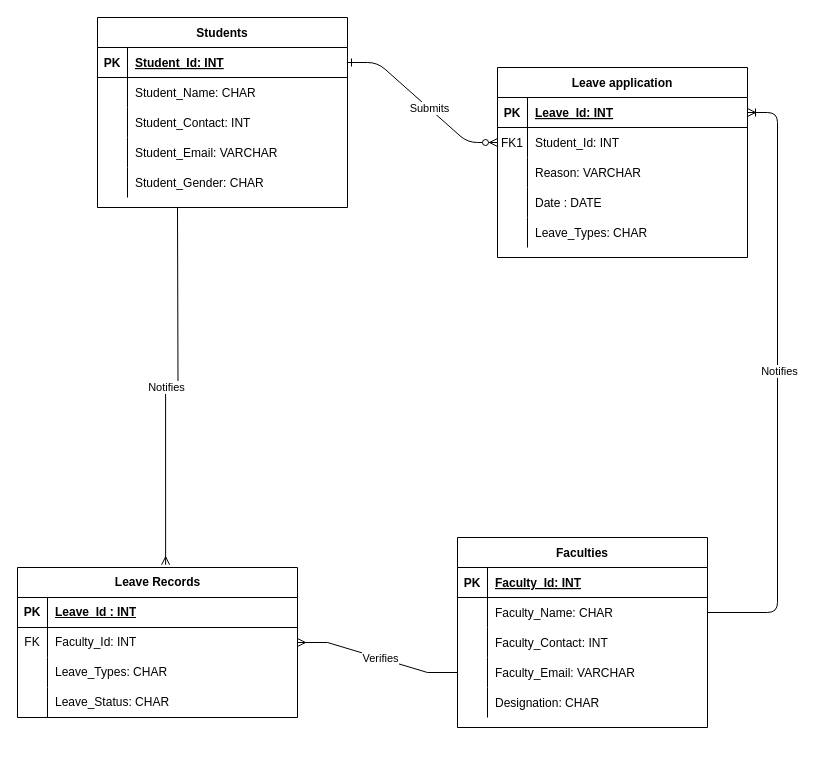
Above: Untitled Diagram.drawio in sanThin321/backendleave (draw.io), before the change. Source tidied: cells renumbered, new cells numbered last; positions are measured from the earlier drawing's top-left corner, leaving out a move shared by most shapes. Both pictures are drawn from the tidied source at 100%, with x=0, y=0 at pixel (17, 17).
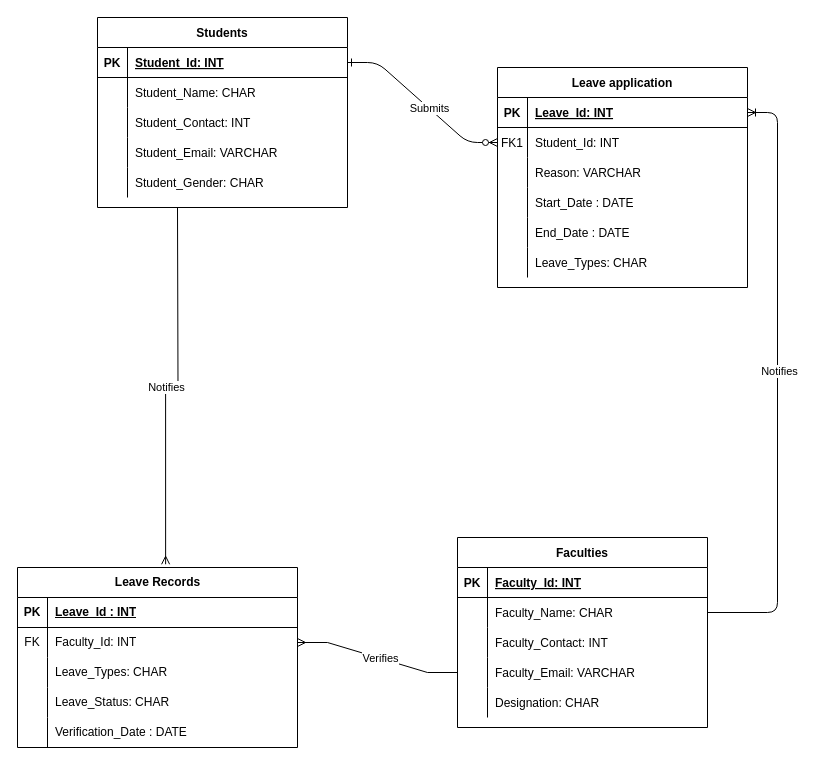
After the change.

Unchanged cells that the change refers to:
```xml
<mxCell id="16" style="shape=partialRectangle;fillColor=none;top=0;left=0;right=0;bottom=0;" parent="6" vertex="1">
  <mxGeometry y="120" width="250" height="30" as="geometry" />
</mxCell>
```

Diff of the diagram source:
```diff
@@
     <mxCell id="6" value="Leave application" style="shape=table;startSize=30;childLayout=tableLayout;rowLines=0;fontStyle=1;align=center;" parent="1" vertex="1">
-      <mxGeometry x="480" y="50" width="250" height="190" as="geometry" />
+      <mxGeometry x="480" y="50" width="250" height="220" as="geometry" />
     </mxCell>
@@
-    <mxCell id="18" value="Date : DATE  " style="shape=partialRectangle;overflow=hidden;fillColor=none;top=0;left=0;bottom=0;right=0;align=left;spacingLeft=6;" parent="16" vertex="1">
+    <mxCell id="18" value="Start_Date : DATE  " style="shape=partialRectangle;overflow=hidden;fillColor=none;top=0;left=0;bottom=0;right=0;align=left;spacingLeft=6;" parent="16" vertex="1">
       <mxGeometry x="30" width="220" height="30" as="geometry" />
     </mxCell>
+    <mxCell id="71" style="shape=partialRectangle;fillColor=none;top=0;left=0;right=0;bottom=0;" parent="6" vertex="1">
+      <mxGeometry y="150" width="250" height="30" as="geometry" />
+    </mxCell>
+    <mxCell id="72" style="shape=partialRectangle;overflow=hidden;fillColor=none;top=0;left=0;bottom=0;right=0;" parent="71" vertex="1">
+      <mxGeometry width="30" height="30" as="geometry" />
+    </mxCell>
+    <mxCell id="73" value="End_Date : DATE" style="shape=partialRectangle;overflow=hidden;fillColor=none;top=0;left=0;bottom=0;right=0;align=left;spacingLeft=6;" parent="71" vertex="1">
+      <mxGeometry x="30" width="220" height="30" as="geometry" />
+    </mxCell>
     <mxCell id="19" style="shape=partialRectangle;fillColor=none;top=0;left=0;right=0;bottom=0;" parent="6" vertex="1">
-      <mxGeometry y="150" width="250" height="30" as="geometry" />
+      <mxGeometry y="180" width="250" height="30" as="geometry" />
     </mxCell>
@@
     <mxCell id="54" value="Leave Records" style="shape=table;startSize=30;childLayout=tableLayout;rowLines=0;fontStyle=1;align=center;html=1;" parent="1" vertex="1">
-      <mxGeometry y="550" width="280" height="150" as="geometry" />
+      <mxGeometry y="550" width="280" height="180" as="geometry" />
     </mxCell>
@@
+    <mxCell id="74" style="shape=tableRow;horizontal=0;startSize=0;swimlaneHead=0;swimlaneBody=0;fillColor=none;top=0;left=0;right=0;bottom=0;" parent="54" vertex="1">
+      <mxGeometry y="150" width="280" height="30" as="geometry" />
+    </mxCell>
+    <mxCell id="75" style="shape=partialRectangle;fillColor=none;top=0;left=0;bottom=0;right=0;overflow=hidden;whiteSpace=wrap;html=1;" parent="74" vertex="1">
+      <mxGeometry width="30" height="30" as="geometry" />
+    </mxCell>
+    <mxCell id="76" value="Verification_Date : DATE" style="shape=partialRectangle;fillColor=none;top=0;left=0;bottom=0;right=0;align=left;spacingLeft=6;overflow=hidden;whiteSpace=wrap;html=1;" parent="74" vertex="1">
+      <mxGeometry x="30" width="250" height="30" as="geometry" />
+    </mxCell>
```
